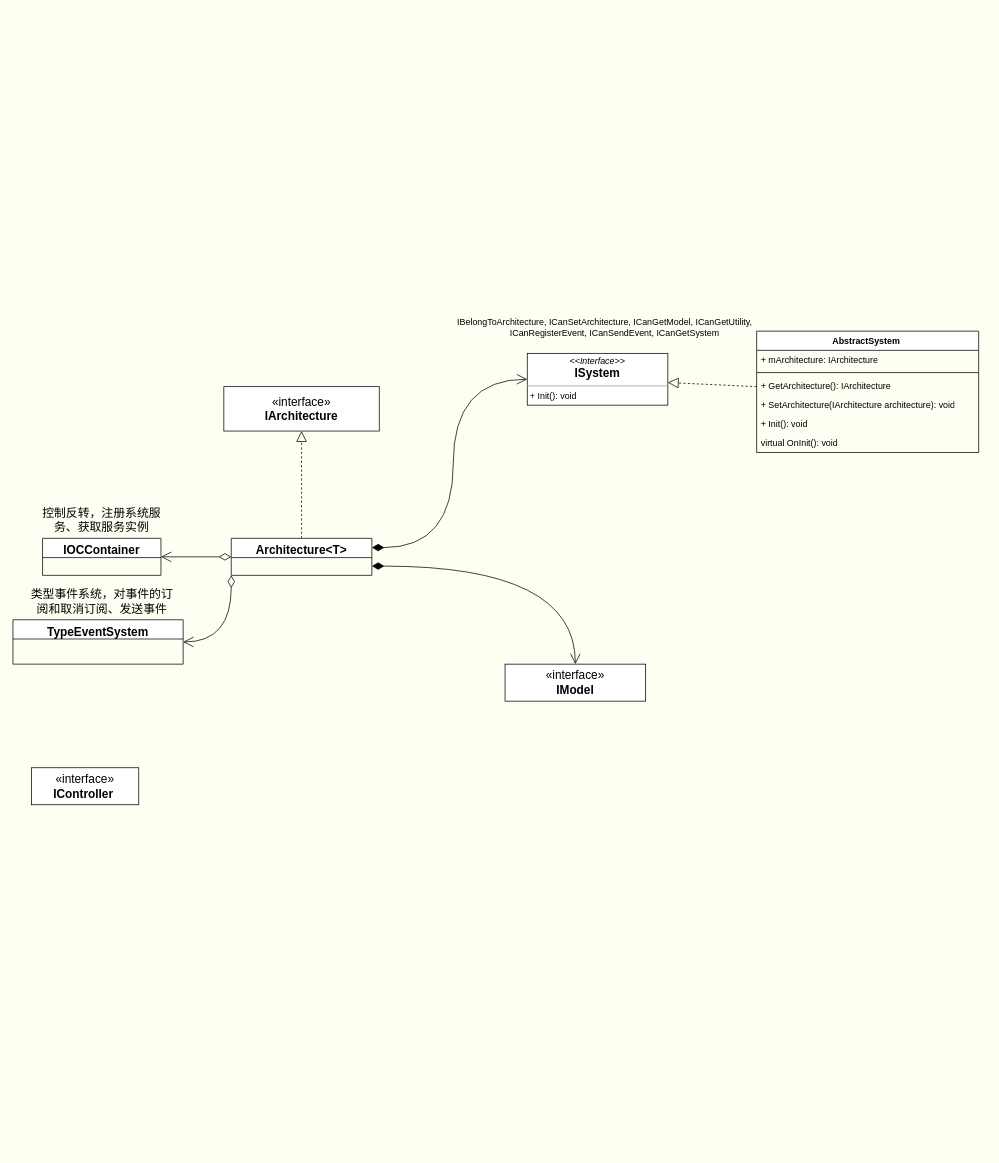
GameCater/DrawIO keeps this draw.io diagram as QFramework.drawio. Above is the earlier version. Source tidied: cells renumbered, new cells numbered last; positions are measured from the earlier drawing's top-left corner, leaving out a move shared by most shapes. Both pictures are drawn from the tidied source at 74%, with x=0, y=0 at pixel (13, 309).
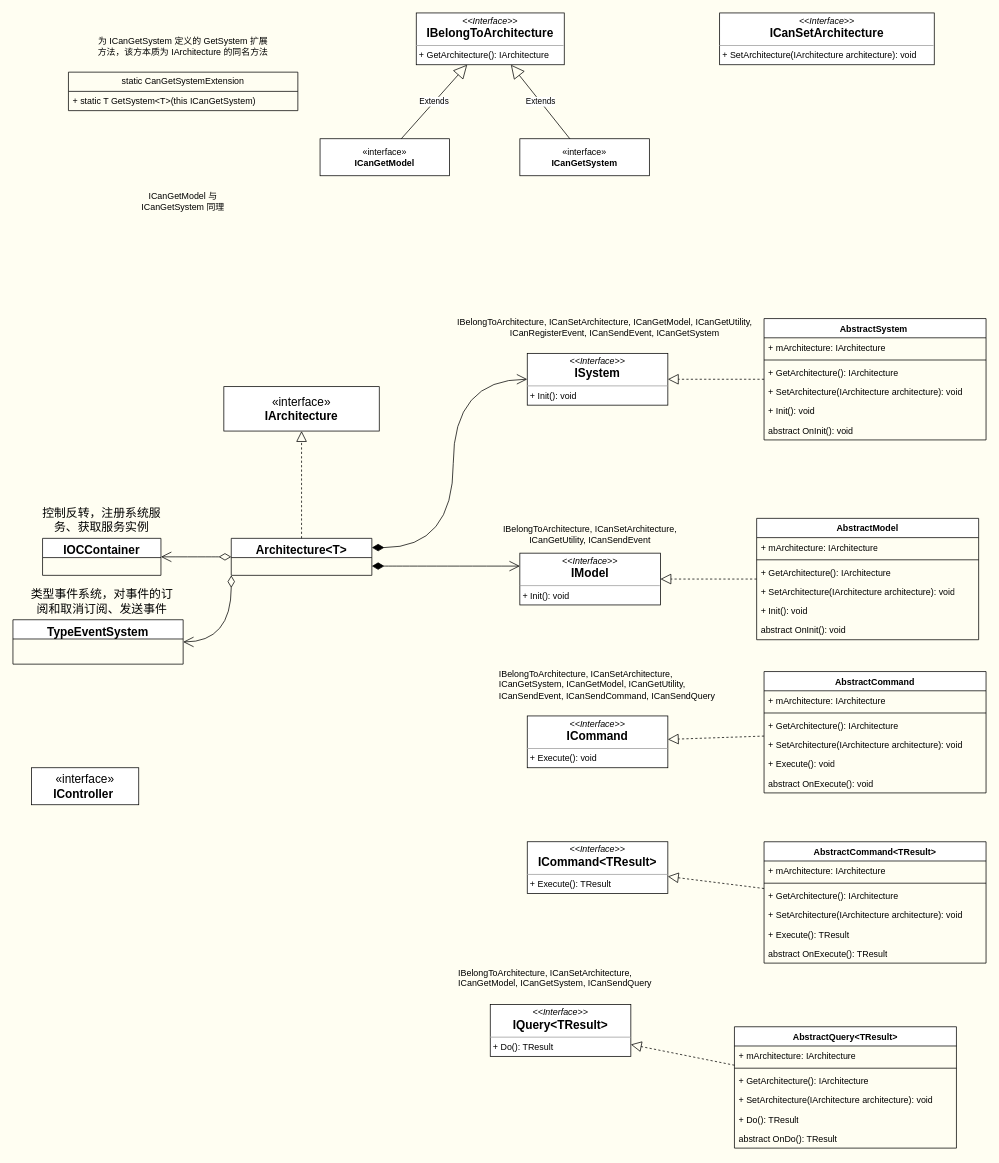
Above is the later version.

Unchanged cells that the change refers to:
```xml
<mxCell id="3" value="Architecture&amp;lt;T&amp;gt;" style="swimlane;fontStyle=1;align=center;verticalAlign=top;horizontal=1;startSize=26;whiteSpace=wrap;html=1;fontSize=16;" parent="1" vertex="1">
  <mxGeometry x="295" y="310" width="190" height="50" as="geometry" />
</mxCell>
```

What changed in the source:
```diff
@@
-    <mxCell id="4" value="«interface»&lt;br&gt;&lt;b&gt;IModel&lt;/b&gt;" style="html=1;whiteSpace=wrap;fontSize=16;" parent="1" vertex="1">
-      <mxGeometry x="665" y="480" width="190" height="50" as="geometry" />
-    </mxCell>
-    <mxCell id="5" style="edgeStyle=none;curved=1;rounded=0;orthogonalLoop=1;jettySize=auto;html=1;exitX=0.5;exitY=1;exitDx=0;exitDy=0;fontSize=12;startSize=8;endSize=8;" parent="1" edge="1" source="4" target="4">
-      <mxGeometry relative="1" as="geometry" />
+    <mxCell id="5" style="edgeStyle=none;curved=1;rounded=0;orthogonalLoop=1;jettySize=auto;html=1;exitX=0.5;exitY=1;exitDx=0;exitDy=0;fontSize=12;startSize=8;endSize=8;" parent="1" edge="1">
+      <mxGeometry relative="1" as="geometry">
+        <mxPoint x="800" y="390" as="sourcePoint" />
+        <mxPoint x="800" y="390" as="targetPoint" />
+      </mxGeometry>
     </mxCell>
@@
-    <mxCell id="7" style="endArrow=open;html=1;endSize=12;startArrow=diamondThin;startSize=14;startFill=1;edgeStyle=orthogonalEdgeStyle;align=left;verticalAlign=bottom;rounded=0;fontSize=12;curved=1;exitX=1;exitY=0.75;exitDx=0;exitDy=0;" parent="1" edge="1" source="3" target="4">
+    <mxCell id="7" style="endArrow=open;html=1;endSize=12;startArrow=diamondThin;startSize=14;startFill=1;edgeStyle=orthogonalEdgeStyle;align=left;verticalAlign=bottom;rounded=0;fontSize=12;curved=1;exitX=1;exitY=0.75;exitDx=0;exitDy=0;" parent="1" edge="1" source="3" target="27">
       <mxGeometry x="-0.88" y="20" relative="1" as="geometry">
         <Array as="points">
-          <mxPoint x="760" y="348" />
+          <mxPoint x="695" y="347" />
+          <mxPoint x="695" y="347" />
         </Array>
       </mxGeometry>
     </mxCell>
@@
     <mxCell id="17" value="AbstractSystem&amp;nbsp;" style="swimlane;fontStyle=1;align=center;verticalAlign=top;horizontal=1;startSize=26;whiteSpace=wrap;html=1;" parent="1" vertex="1">
-      <mxGeometry x="1005" y="30" width="300" height="164" as="geometry" />
+      <mxGeometry x="1015" y="13" width="300" height="164" as="geometry" />
     </mxCell>
@@
-    <mxCell id="23" value="virtual OnInit(): void" style="text;strokeColor=none;fillColor=none;align=left;verticalAlign=top;spacingLeft=4;spacingRight=4;overflow=hidden;whiteSpace=wrap;html=1;" parent="17" vertex="1">
+    <mxCell id="23" value="abstract OnInit(): void" style="text;strokeColor=none;fillColor=none;align=left;verticalAlign=top;spacingLeft=4;spacingRight=4;overflow=hidden;whiteSpace=wrap;html=1;" parent="17" vertex="1">
       <mxGeometry y="138" width="300" height="26" as="geometry" />
     </mxCell>
@@
+    <mxCell id="26" value="IBelongToArchitecture, ICanSetArchitecture, ICanGetUtility, ICanSendEvent" style="text;html=1;strokeColor=none;fillColor=none;align=center;verticalAlign=middle;whiteSpace=wrap;rounded=0;" parent="1" vertex="1">
+      <mxGeometry x="625" y="290" width="310" height="30" as="geometry" />
+    </mxCell>
+    <mxCell id="27" value="&lt;p style=&quot;margin:0px;margin-top:4px;text-align:center;&quot;&gt;&lt;i&gt;&amp;lt;&amp;lt;Interface&amp;gt;&amp;gt;&lt;/i&gt;&lt;br&gt;&lt;b style=&quot;border-color: var(--border-color); font-size: 16px;&quot;&gt;IModel&lt;/b&gt;&lt;br&gt;&lt;/p&gt;&lt;hr size=&quot;1&quot;&gt;&lt;p style=&quot;margin:0px;margin-left:4px;&quot;&gt;&lt;/p&gt;&lt;p style=&quot;margin:0px;margin-left:4px;&quot;&gt;+ Init(): void&lt;br&gt;&lt;/p&gt;" style="verticalAlign=top;align=left;overflow=fill;fontSize=12;fontFamily=Helvetica;html=1;whiteSpace=wrap;" parent="1" vertex="1">
+      <mxGeometry x="685" y="330" width="190" height="70" as="geometry" />
+    </mxCell>
+    <mxCell id="28" value="AbstractModel" style="swimlane;fontStyle=1;align=center;verticalAlign=top;horizontal=1;startSize=26;whiteSpace=wrap;html=1;" parent="1" vertex="1">
+      <mxGeometry x="1005" y="283" width="300" height="164" as="geometry" />
+    </mxCell>
+    <mxCell id="29" value="+ mArchitecture: IArchitecture" style="text;strokeColor=none;fillColor=none;align=left;verticalAlign=top;spacingLeft=4;spacingRight=4;overflow=hidden;whiteSpace=wrap;html=1;" parent="28" vertex="1">
+      <mxGeometry y="26" width="300" height="26" as="geometry" />
+    </mxCell>
+    <mxCell id="30" style="line;strokeWidth=1;fillColor=none;align=left;verticalAlign=middle;spacingTop=-1;spacingLeft=3;spacingRight=3;labelPosition=right;strokeColor=inherit;" parent="28" vertex="1">
+      <mxGeometry y="52" width="300" height="8" as="geometry" />
+    </mxCell>
+    <mxCell id="31" value="+ GetArchitecture(): IArchitecture" style="text;strokeColor=none;fillColor=none;align=left;verticalAlign=top;spacingLeft=4;spacingRight=4;overflow=hidden;whiteSpace=wrap;html=1;" parent="28" vertex="1">
+      <mxGeometry y="60" width="300" height="26" as="geometry" />
+    </mxCell>
+    <mxCell id="32" value="+ SetArchitecture(IArchitecture architecture): void" style="text;strokeColor=none;fillColor=none;align=left;verticalAlign=top;spacingLeft=4;spacingRight=4;overflow=hidden;whiteSpace=wrap;html=1;" parent="28" vertex="1">
+      <mxGeometry y="86" width="300" height="26" as="geometry" />
+    </mxCell>
+    <mxCell id="33" value="+ Init(): void" style="text;strokeColor=none;fillColor=none;align=left;verticalAlign=top;spacingLeft=4;spacingRight=4;overflow=hidden;whiteSpace=wrap;html=1;" parent="28" vertex="1">
+      <mxGeometry y="112" width="300" height="26" as="geometry" />
+    </mxCell>
+    <mxCell id="34" value="abstract OnInit(): void" style="text;strokeColor=none;fillColor=none;align=left;verticalAlign=top;spacingLeft=4;spacingRight=4;overflow=hidden;whiteSpace=wrap;html=1;" parent="28" vertex="1">
+      <mxGeometry y="138" width="300" height="26" as="geometry" />
+    </mxCell>
+    <mxCell id="35" style="endArrow=block;dashed=1;endFill=0;endSize=12;html=1;rounded=0;" parent="1" edge="1" source="28" target="27">
+      <mxGeometry relative="1" as="geometry" />
+    </mxCell>
+    <mxCell id="36" value="&lt;p style=&quot;margin:0px;margin-top:4px;text-align:center;&quot;&gt;&lt;i&gt;&amp;lt;&amp;lt;Interface&amp;gt;&amp;gt;&lt;/i&gt;&lt;br&gt;&lt;b style=&quot;border-color: var(--border-color); font-size: 16px;&quot;&gt;ICommand&lt;/b&gt;&lt;br&gt;&lt;/p&gt;&lt;hr size=&quot;1&quot;&gt;&lt;p style=&quot;margin:0px;margin-left:4px;&quot;&gt;&lt;/p&gt;&lt;p style=&quot;margin:0px;margin-left:4px;&quot;&gt;+ Execute(): void&lt;br&gt;&lt;/p&gt;" style="verticalAlign=top;align=left;overflow=fill;fontSize=12;fontFamily=Helvetica;html=1;whiteSpace=wrap;" parent="1" vertex="1">
+      <mxGeometry x="695" y="550" width="190" height="70" as="geometry" />
+    </mxCell>
+    <mxCell id="37" value="&lt;p style=&quot;margin:0px;margin-top:4px;text-align:center;&quot;&gt;&lt;i&gt;&amp;lt;&amp;lt;Interface&amp;gt;&amp;gt;&lt;/i&gt;&lt;br&gt;&lt;b style=&quot;border-color: var(--border-color); font-size: 16px;&quot;&gt;ICommand&amp;lt;TResult&amp;gt;&lt;/b&gt;&lt;br&gt;&lt;/p&gt;&lt;hr size=&quot;1&quot;&gt;&lt;p style=&quot;margin:0px;margin-left:4px;&quot;&gt;&lt;/p&gt;&lt;p style=&quot;margin:0px;margin-left:4px;&quot;&gt;+ Execute(): TResult&lt;br&gt;&lt;/p&gt;" style="verticalAlign=top;align=left;overflow=fill;fontSize=12;fontFamily=Helvetica;html=1;whiteSpace=wrap;" parent="1" vertex="1">
+      <mxGeometry x="695" y="720" width="190" height="70" as="geometry" />
+    </mxCell>
+    <mxCell id="38" value="IBelongToArchitecture, ICanSetArchitecture, ICanGetSystem, ICanGetModel, ICanGetUtility,&amp;#xa;        ICanSendEvent, ICanSendCommand, ICanSendQuery" style="text;whiteSpace=wrap;html=1;" parent="1" vertex="1">
+      <mxGeometry x="655" y="480" width="310" height="50" as="geometry" />
+    </mxCell>
+    <mxCell id="39" value="AbstractCommand" style="swimlane;fontStyle=1;align=center;verticalAlign=top;horizontal=1;startSize=26;whiteSpace=wrap;html=1;" parent="1" vertex="1">
+      <mxGeometry x="1015" y="490" width="300" height="164" as="geometry" />
+    </mxCell>
+    <mxCell id="40" value="+ mArchitecture: IArchitecture" style="text;strokeColor=none;fillColor=none;align=left;verticalAlign=top;spacingLeft=4;spacingRight=4;overflow=hidden;whiteSpace=wrap;html=1;" parent="39" vertex="1">
+      <mxGeometry y="26" width="300" height="26" as="geometry" />
+    </mxCell>
+    <mxCell id="41" style="line;strokeWidth=1;fillColor=none;align=left;verticalAlign=middle;spacingTop=-1;spacingLeft=3;spacingRight=3;labelPosition=right;strokeColor=inherit;" parent="39" vertex="1">
+      <mxGeometry y="52" width="300" height="8" as="geometry" />
+    </mxCell>
+    <mxCell id="42" value="+ GetArchitecture(): IArchitecture" style="text;strokeColor=none;fillColor=none;align=left;verticalAlign=top;spacingLeft=4;spacingRight=4;overflow=hidden;whiteSpace=wrap;html=1;" parent="39" vertex="1">
+      <mxGeometry y="60" width="300" height="26" as="geometry" />
+    </mxCell>
+    <mxCell id="43" value="+ SetArchitecture(IArchitecture architecture): void" style="text;strokeColor=none;fillColor=none;align=left;verticalAlign=top;spacingLeft=4;spacingRight=4;overflow=hidden;whiteSpace=wrap;html=1;" parent="39" vertex="1">
+      <mxGeometry y="86" width="300" height="26" as="geometry" />
+    </mxCell>
+    <mxCell id="44" value="+ Execute(): void" style="text;strokeColor=none;fillColor=none;align=left;verticalAlign=top;spacingLeft=4;spacingRight=4;overflow=hidden;whiteSpace=wrap;html=1;" parent="39" vertex="1">
+      <mxGeometry y="112" width="300" height="26" as="geometry" />
+    </mxCell>
+    <mxCell id="45" value="abstract OnExecute(): void" style="text;strokeColor=none;fillColor=none;align=left;verticalAlign=top;spacingLeft=4;spacingRight=4;overflow=hidden;whiteSpace=wrap;html=1;" parent="39" vertex="1">
+      <mxGeometry y="138" width="300" height="26" as="geometry" />
+    </mxCell>
+    <mxCell id="46" style="endArrow=block;dashed=1;endFill=0;endSize=12;html=1;rounded=0;" parent="1" edge="1" source="39" target="36">
+      <mxGeometry relative="1" as="geometry" />
+    </mxCell>
+    <mxCell id="47" value="AbstractCommand&amp;lt;TResult&amp;gt;" style="swimlane;fontStyle=1;align=center;verticalAlign=top;horizontal=1;startSize=26;whiteSpace=wrap;html=1;" parent="1" vertex="1">
+      <mxGeometry x="1015" y="720" width="300" height="164" as="geometry" />
+    </mxCell>
+    <mxCell id="48" value="+ mArchitecture: IArchitecture" style="text;strokeColor=none;fillColor=none;align=left;verticalAlign=top;spacingLeft=4;spacingRight=4;overflow=hidden;whiteSpace=wrap;html=1;" parent="47" vertex="1">
+      <mxGeometry y="26" width="300" height="26" as="geometry" />
+    </mxCell>
+    <mxCell id="49" style="line;strokeWidth=1;fillColor=none;align=left;verticalAlign=middle;spacingTop=-1;spacingLeft=3;spacingRight=3;labelPosition=right;strokeColor=inherit;" parent="47" vertex="1">
+      <mxGeometry y="52" width="300" height="8" as="geometry" />
+    </mxCell>
+    <mxCell id="50" value="+ GetArchitecture(): IArchitecture" style="text;strokeColor=none;fillColor=none;align=left;verticalAlign=top;spacingLeft=4;spacingRight=4;overflow=hidden;whiteSpace=wrap;html=1;" parent="47" vertex="1">
+      <mxGeometry y="60" width="300" height="26" as="geometry" />
+    </mxCell>
+    <mxCell id="51" value="+ SetArchitecture(IArchitecture architecture): void" style="text;strokeColor=none;fillColor=none;align=left;verticalAlign=top;spacingLeft=4;spacingRight=4;overflow=hidden;whiteSpace=wrap;html=1;" parent="47" vertex="1">
+      <mxGeometry y="86" width="300" height="26" as="geometry" />
+    </mxCell>
+    <mxCell id="52" value="+ Execute(): TResult" style="text;strokeColor=none;fillColor=none;align=left;verticalAlign=top;spacingLeft=4;spacingRight=4;overflow=hidden;whiteSpace=wrap;html=1;" parent="47" vertex="1">
+      <mxGeometry y="112" width="300" height="26" as="geometry" />
+    </mxCell>
+    <mxCell id="53" value="abstract OnExecute(): TResult" style="text;strokeColor=none;fillColor=none;align=left;verticalAlign=top;spacingLeft=4;spacingRight=4;overflow=hidden;whiteSpace=wrap;html=1;" parent="47" vertex="1">
+      <mxGeometry y="138" width="300" height="26" as="geometry" />
+    </mxCell>
+    <mxCell id="54" style="endArrow=block;dashed=1;endFill=0;endSize=12;html=1;rounded=0;" parent="1" edge="1" source="47" target="37">
+      <mxGeometry relative="1" as="geometry" />
+    </mxCell>
+    <mxCell id="55" value="&lt;p style=&quot;margin:0px;margin-top:4px;text-align:center;&quot;&gt;&lt;i&gt;&amp;lt;&amp;lt;Interface&amp;gt;&amp;gt;&lt;/i&gt;&lt;br&gt;&lt;b style=&quot;border-color: var(--border-color); font-size: 16px;&quot;&gt;IQuery&amp;lt;TResult&amp;gt;&lt;/b&gt;&lt;br&gt;&lt;/p&gt;&lt;hr size=&quot;1&quot;&gt;&lt;p style=&quot;margin:0px;margin-left:4px;&quot;&gt;&lt;/p&gt;&lt;p style=&quot;margin:0px;margin-left:4px;&quot;&gt;+ Do(): TResult&lt;br&gt;&lt;/p&gt;" style="verticalAlign=top;align=left;overflow=fill;fontSize=12;fontFamily=Helvetica;html=1;whiteSpace=wrap;" parent="1" vertex="1">
+      <mxGeometry x="645" y="940" width="190" height="70" as="geometry" />
+    </mxCell>
+    <mxCell id="56" value="IBelongToArchitecture, ICanSetArchitecture, ICanGetModel, ICanGetSystem, ICanSendQuery" style="text;whiteSpace=wrap;html=1;" parent="1" vertex="1">
+      <mxGeometry x="600" y="884" width="285" height="50" as="geometry" />
+    </mxCell>
+    <mxCell id="57" value="AbstractQuery&amp;lt;TResult&amp;gt;" style="swimlane;fontStyle=1;align=center;verticalAlign=top;horizontal=1;startSize=26;whiteSpace=wrap;html=1;" parent="1" vertex="1">
+      <mxGeometry x="975" y="970" width="300" height="164" as="geometry" />
+    </mxCell>
+    <mxCell id="58" value="+ mArchitecture: IArchitecture" style="text;strokeColor=none;fillColor=none;align=left;verticalAlign=top;spacingLeft=4;spacingRight=4;overflow=hidden;whiteSpace=wrap;html=1;" parent="57" vertex="1">
+      <mxGeometry y="26" width="300" height="26" as="geometry" />
+    </mxCell>
+    <mxCell id="59" style="line;strokeWidth=1;fillColor=none;align=left;verticalAlign=middle;spacingTop=-1;spacingLeft=3;spacingRight=3;labelPosition=right;strokeColor=inherit;" parent="57" vertex="1">
+      <mxGeometry y="52" width="300" height="8" as="geometry" />
+    </mxCell>
+    <mxCell id="60" value="+ GetArchitecture(): IArchitecture" style="text;strokeColor=none;fillColor=none;align=left;verticalAlign=top;spacingLeft=4;spacingRight=4;overflow=hidden;whiteSpace=wrap;html=1;" parent="57" vertex="1">
+      <mxGeometry y="60" width="300" height="26" as="geometry" />
+    </mxCell>
+    <mxCell id="61" value="+ SetArchitecture(IArchitecture architecture): void" style="text;strokeColor=none;fillColor=none;align=left;verticalAlign=top;spacingLeft=4;spacingRight=4;overflow=hidden;whiteSpace=wrap;html=1;" parent="57" vertex="1">
+      <mxGeometry y="86" width="300" height="26" as="geometry" />
+    </mxCell>
+    <mxCell id="62" value="+ Do(): TResult" style="text;strokeColor=none;fillColor=none;align=left;verticalAlign=top;spacingLeft=4;spacingRight=4;overflow=hidden;whiteSpace=wrap;html=1;" parent="57" vertex="1">
+      <mxGeometry y="112" width="300" height="26" as="geometry" />
+    </mxCell>
+    <mxCell id="63" value="abstract OnDo(): TResult" style="text;strokeColor=none;fillColor=none;align=left;verticalAlign=top;spacingLeft=4;spacingRight=4;overflow=hidden;whiteSpace=wrap;html=1;" parent="57" vertex="1">
+      <mxGeometry y="138" width="300" height="26" as="geometry" />
+    </mxCell>
+    <mxCell id="64" style="endArrow=block;dashed=1;endFill=0;endSize=12;html=1;rounded=0;" parent="1" edge="1" source="57" target="55">
+      <mxGeometry relative="1" as="geometry" />
+    </mxCell>
+    <mxCell id="65" value="&lt;p style=&quot;margin:0px;margin-top:4px;text-align:center;&quot;&gt;&lt;i&gt;&amp;lt;&amp;lt;Interface&amp;gt;&amp;gt;&lt;/i&gt;&lt;br&gt;&lt;b style=&quot;border-color: var(--border-color); font-size: 16px;&quot;&gt;IBelongToArchitecture&lt;/b&gt;&lt;br&gt;&lt;/p&gt;&lt;hr size=&quot;1&quot;&gt;&lt;p style=&quot;margin:0px;margin-left:4px;&quot;&gt;&lt;/p&gt;&lt;p style=&quot;margin:0px;margin-left:4px;&quot;&gt;+ GetArchitecture(): IArchitecture&lt;/p&gt;" style="verticalAlign=top;align=left;overflow=fill;fontSize=12;fontFamily=Helvetica;html=1;whiteSpace=wrap;" parent="1" vertex="1">
+      <mxGeometry x="545" y="-400" width="200" height="70" as="geometry" />
+    </mxCell>
+    <mxCell id="66" value="&lt;p style=&quot;margin:0px;margin-top:4px;text-align:center;&quot;&gt;&lt;i&gt;&amp;lt;&amp;lt;Interface&amp;gt;&amp;gt;&lt;/i&gt;&lt;br&gt;&lt;b style=&quot;border-color: var(--border-color); font-size: 16px;&quot;&gt;ICanSetArchitecture&lt;/b&gt;&lt;br&gt;&lt;/p&gt;&lt;hr size=&quot;1&quot;&gt;&lt;p style=&quot;margin:0px;margin-left:4px;&quot;&gt;&lt;/p&gt;&lt;p style=&quot;margin:0px;margin-left:4px;&quot;&gt;+ SetArchitecture(IArchitecture architecture): void&lt;br&gt;&lt;/p&gt;" style="verticalAlign=top;align=left;overflow=fill;fontSize=12;fontFamily=Helvetica;html=1;whiteSpace=wrap;" parent="1" vertex="1">
+      <mxGeometry x="955" y="-400" width="290" height="70" as="geometry" />
+    </mxCell>
+    <mxCell id="67" value="«interface»&lt;br&gt;&lt;b&gt;ICanGetModel&lt;/b&gt;" style="html=1;whiteSpace=wrap;" parent="1" vertex="1">
+      <mxGeometry x="415" y="-230" width="175" height="50" as="geometry" />
+    </mxCell>
+    <mxCell id="68" value="«interface»&lt;br&gt;&lt;b&gt;ICanGetSystem&lt;/b&gt;" style="html=1;whiteSpace=wrap;" parent="1" vertex="1">
+      <mxGeometry x="685" y="-230" width="175" height="50" as="geometry" />
+    </mxCell>
+    <mxCell id="69" value="Extends" style="endArrow=block;endSize=16;endFill=0;html=1;rounded=0;" parent="1" edge="1" source="67" target="65">
+      <mxGeometry relative="1" as="geometry" />
+    </mxCell>
+    <mxCell id="70" value="Extends" style="endArrow=block;endSize=16;endFill=0;html=1;rounded=0;" parent="1" edge="1" source="68" target="65">
+      <mxGeometry relative="1" as="geometry" />
+    </mxCell>
+    <mxCell id="71" value="static CanGetSystemExtension" style="swimlane;fontStyle=0;horizontal=1;startSize=26;fillColor=none;whiteSpace=wrap;html=1;" parent="1" vertex="1">
+      <mxGeometry x="75" y="-320" width="310" height="52" as="geometry" />
+    </mxCell>
+    <mxCell id="72" value="+ static T GetSystem&amp;lt;T&amp;gt;(this ICanGetSystem)" style="text;strokeColor=none;fillColor=none;align=left;verticalAlign=top;spacingLeft=4;spacingRight=4;overflow=hidden;whiteSpace=wrap;html=1;" parent="71" vertex="1">
+      <mxGeometry y="26" width="310" height="26" as="geometry" />
+    </mxCell>
+    <mxCell id="73" value="为 ICanGetSystem 定义的 GetSystem 扩展方法，该方本质为 IArchitecture 的同名方法" style="text;html=1;strokeColor=none;fillColor=none;align=center;verticalAlign=middle;whiteSpace=wrap;rounded=0;" parent="1" vertex="1">
+      <mxGeometry x="110" y="-370" width="240" height="30" as="geometry" />
+    </mxCell>
+    <mxCell id="74" value="ICanGetModel 与 ICanGetSystem 同理" style="text;html=1;strokeColor=none;fillColor=none;align=center;verticalAlign=middle;whiteSpace=wrap;rounded=0;" parent="1" vertex="1">
+      <mxGeometry x="140" y="-160" width="180" height="30" as="geometry" />
+    </mxCell>
```
